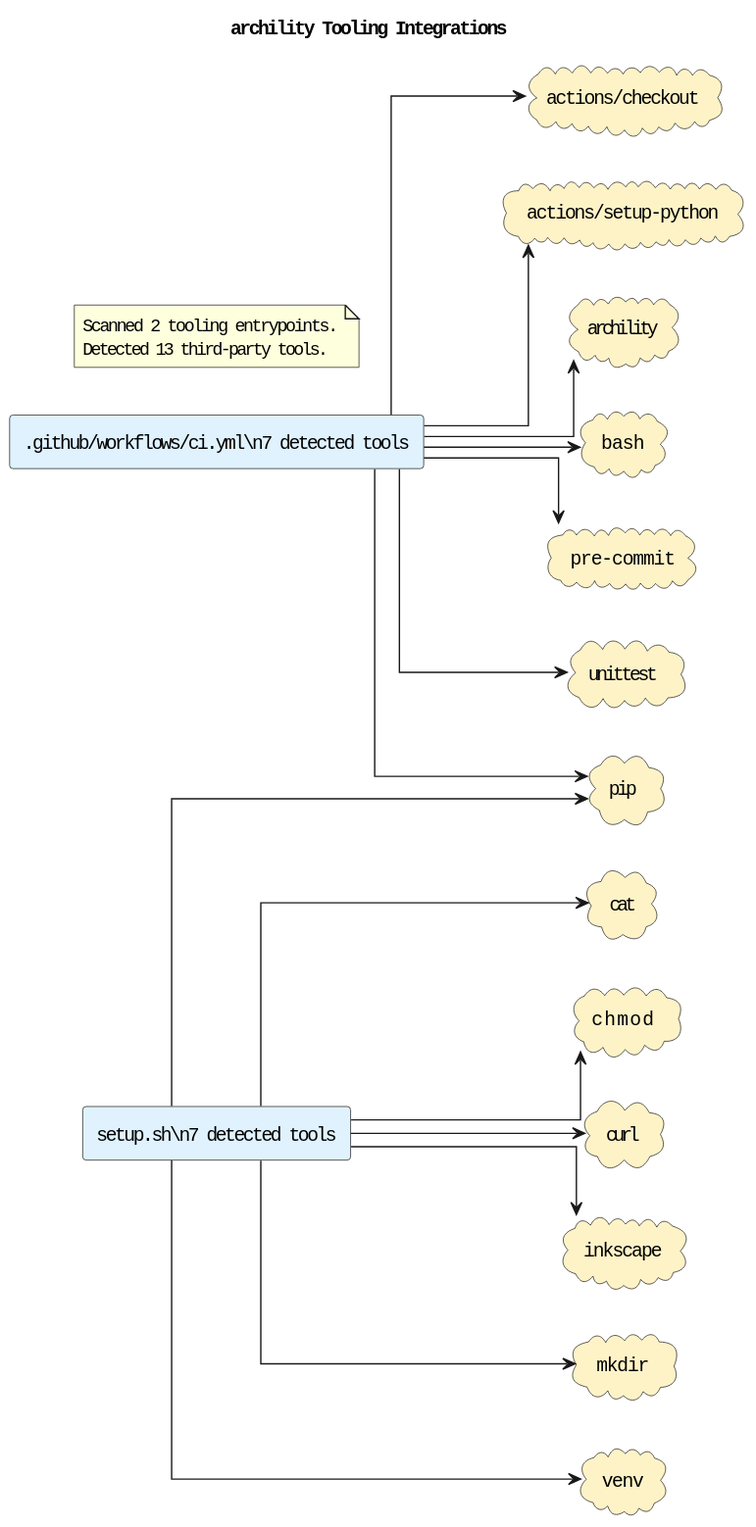
Above: docs/diagrams/tooling-integrations.puml.svg in casonk/archility (PlantUML), before the change. Source of this version:
```plantuml
@startuml
title archility Tooling Integrations
left to right direction
skinparam shadowing false
skinparam defaultFontName Monospace
skinparam componentStyle rectangle
skinparam linetype ortho
rectangle ".github/workflows/ci.yml\\n7 detected tools" as source_github_workflows_ci_yml #E0F2FE
rectangle "setup.sh\\n7 detected tools" as source_setup_sh #E0F2FE
cloud "actions/checkout" as tool_actions_checkout #FEF3C7
cloud "actions/setup-python" as tool_actions_setup_python #FEF3C7
cloud "archility" as tool_archility #FEF3C7
cloud "bash" as tool_bash #FEF3C7
cloud "cat" as tool_cat #FEF3C7
cloud "chmod" as tool_chmod #FEF3C7
cloud "curl" as tool_curl #FEF3C7
cloud "inkscape" as tool_inkscape #FEF3C7
cloud "mkdir" as tool_mkdir #FEF3C7
cloud "pip" as tool_pip #FEF3C7
cloud "pre-commit" as tool_pre_commit #FEF3C7
cloud "unittest" as tool_unittest #FEF3C7
cloud "venv" as tool_venv #FEF3C7
source_github_workflows_ci_yml --> tool_actions_checkout
source_github_workflows_ci_yml --> tool_actions_setup_python
source_github_workflows_ci_yml --> tool_archility
source_github_workflows_ci_yml --> tool_bash
source_github_workflows_ci_yml --> tool_pip
source_github_workflows_ci_yml --> tool_pre_commit
source_github_workflows_ci_yml --> tool_unittest
source_setup_sh --> tool_cat
source_setup_sh --> tool_chmod
source_setup_sh --> tool_curl
source_setup_sh --> tool_inkscape
source_setup_sh --> tool_mkdir
source_setup_sh --> tool_pip
source_setup_sh --> tool_venv
note as toolingGraphSummary
Scanned 2 tooling entrypoints.
Detected 13 third-party tools.
end note
@enduml
```
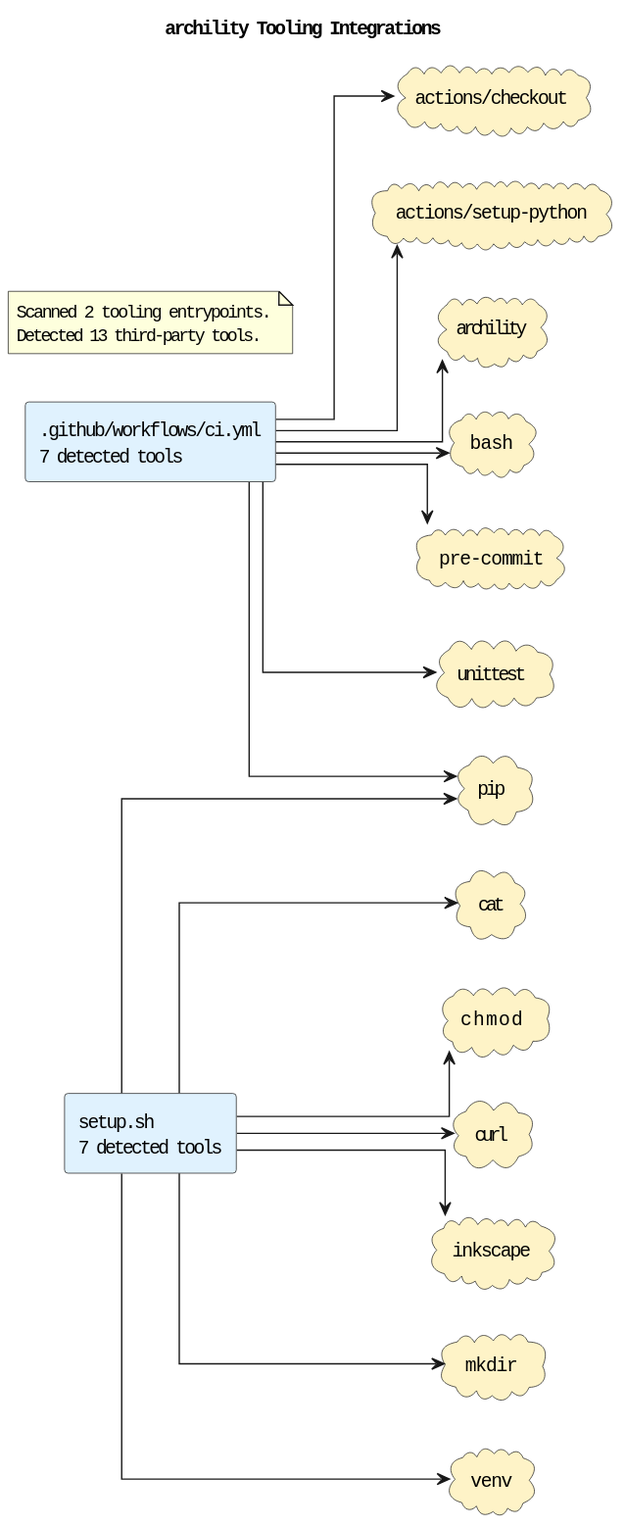
After the change.

What changed in the source:
```diff
@@ -5,8 +5,8 @@
 skinparam defaultFontName Monospace
 skinparam componentStyle rectangle
 skinparam linetype ortho
-rectangle ".github/workflows/ci.yml\\n7 detected tools" as source_github_workflows_ci_yml #E0F2FE
-rectangle "setup.sh\\n7 detected tools" as source_setup_sh #E0F2FE
+rectangle ".github/workflows/ci.yml\n7 detected tools" as source_github_workflows_ci_yml #E0F2FE
+rectangle "setup.sh\n7 detected tools" as source_setup_sh #E0F2FE
 cloud "actions/checkout" as tool_actions_checkout #FEF3C7
 cloud "actions/setup-python" as tool_actions_setup_python #FEF3C7
 cloud "archility" as tool_archility #FEF3C7
```
